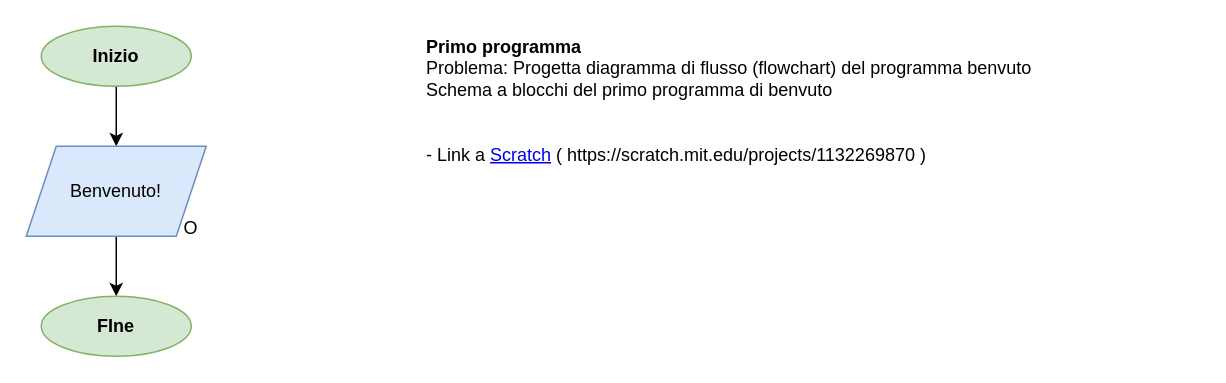
Before: page "Primo Programma" (1 of 2) of Start - Algoritmi/Start - Algoritmi EDU.drawio in AndEmi81/educational_code, a draw.io diagram. Source tidied: cells renumbered, new cells numbered last; positions are measured from the earlier drawing's top-left corner, leaving out a move shared by most shapes. Both pictures are drawn from the tidied source at 150%, with x=0, y=0 at pixel (26, 26).
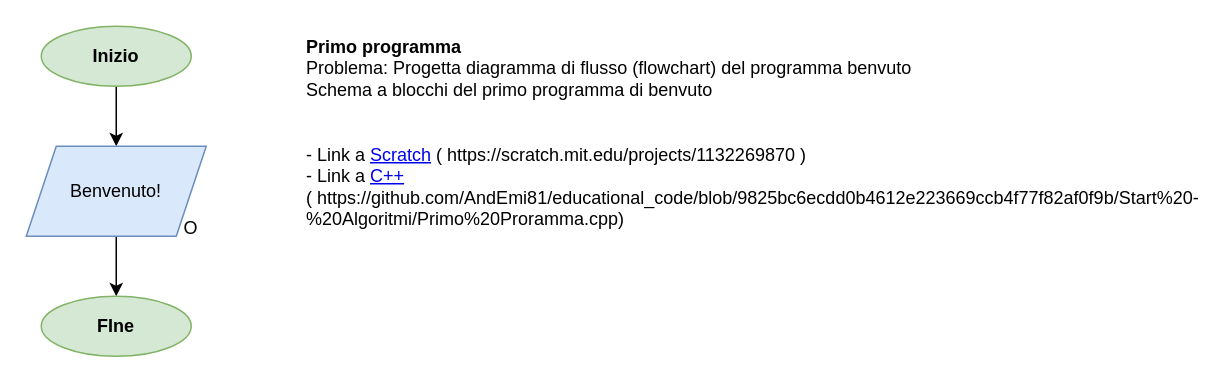
The same page after the edit.

Commit message (it also covers changes not shown here):
Update folder and projects

The edit, as a diff of the source:
```diff
@@
 <mxGraphModel>
   <root>
     <mxCell id="0" />
     <mxCell id="1" parent="0" />
     <mxCell id="2" style="edgeStyle=orthogonalEdgeStyle;rounded=0;jettySize=auto;html=1;" parent="1" edge="1" source="3" target="5">
       <mxGeometry relative="1" as="geometry" />
     </mxCell>
     <mxCell id="3" value="Inizio" style="ellipse;whiteSpace=wrap;html=1;fontStyle=1;fillColor=#d5e8d4;strokeColor=#82b366;" parent="1" vertex="1">
       <mxGeometry x="10" width="100" height="40" as="geometry" />
     </mxCell>
     <mxCell id="4" style="edgeStyle=orthogonalEdgeStyle;rounded=0;jettySize=auto;html=1;" parent="1" edge="1" source="5" target="7">
       <mxGeometry relative="1" as="geometry" />
     </mxCell>
     <mxCell id="5" value="Benvenuto!" style="shape=parallelogram;perimeter=parallelogramPerimeter;whiteSpace=wrap;html=1;fixedSize=1;fillColor=#dae8fc;strokeColor=#6c8ebf;" parent="1" vertex="1">
       <mxGeometry y="80" width="120" height="60" as="geometry" />
     </mxCell>
     <mxCell id="6" value="O" style="text;html=1;align=center;verticalAlign=middle;whiteSpace=wrap;rounded=0;" parent="1" vertex="1">
       <mxGeometry x="100" y="120" width="20" height="30" as="geometry" />
     </mxCell>
     <mxCell id="7" value="FIne" style="ellipse;whiteSpace=wrap;html=1;fontStyle=1;fillColor=#d5e8d4;strokeColor=#82b366;" parent="1" vertex="1">
       <mxGeometry x="10" y="180" width="100" height="40" as="geometry" />
     </mxCell>
-    <mxCell id="8" value="&lt;b&gt;Primo programma&lt;/b&gt;&lt;div&gt;Problema: Progetta diagramma di flusso (flowchart) del programma benvuto&lt;/div&gt;&lt;div&gt;Schema a blocchi del primo programma di benvuto&lt;/div&gt;&lt;div&gt;&lt;span style=&quot;background-color: initial;&quot;&gt;&lt;br&gt;&lt;/span&gt;&lt;/div&gt;&lt;div&gt;&lt;span style=&quot;background-color: initial;&quot;&gt;&lt;br&gt;&lt;/span&gt;&lt;/div&gt;&lt;div&gt;&lt;span style=&quot;background-color: initial;&quot;&gt;- Link a &lt;/span&gt;&lt;a style=&quot;background-color: initial;&quot; href=&quot;https://scratch.mit.edu/projects/1132269870&quot;&gt;Scratch&lt;/a&gt;&lt;span style=&quot;background-color: initial;&quot;&gt;&amp;nbsp;(&amp;nbsp;https://scratch.mit.edu/projects/1132269870 )&lt;/span&gt;&lt;/div&gt;" style="text;html=1;align=left;verticalAlign=top;whiteSpace=wrap;rounded=0;" parent="1" vertex="1">
-      <mxGeometry x="265" width="420" height="110" as="geometry" />
+    <mxCell id="8" value="&lt;b&gt;Primo programma&lt;/b&gt;&lt;div&gt;Problema: Progetta diagramma di flusso (flowchart) del programma benvuto&lt;/div&gt;&lt;div&gt;Schema a blocchi del primo programma di benvuto&lt;/div&gt;&lt;div&gt;&lt;span style=&quot;background-color: initial;&quot;&gt;&lt;br&gt;&lt;/span&gt;&lt;/div&gt;&lt;div&gt;&lt;span style=&quot;background-color: initial;&quot;&gt;&lt;br&gt;&lt;/span&gt;&lt;/div&gt;&lt;div&gt;&lt;span style=&quot;background-color: initial;&quot;&gt;- Link a &lt;/span&gt;&lt;a style=&quot;background-color: initial;&quot; href=&quot;https://scratch.mit.edu/projects/1132269870&quot;&gt;Scratch&lt;/a&gt;&lt;span style=&quot;background-color: initial;&quot;&gt;&amp;nbsp;(&amp;nbsp;https://scratch.mit.edu/projects/1132269870 )&lt;/span&gt;&lt;/div&gt;&lt;div&gt;&lt;span style=&quot;background-color: initial;&quot;&gt;- Link a &lt;a href=&quot;https://github.com/AndEmi81/educational_code/blob/9825bc6ecdd0b4612e223669ccb4f77f82af0f9b/Start%20-%20Algoritmi/Primo%20Proramma.cpp&quot;&gt;C++&lt;/a&gt; (&amp;nbsp;&lt;/span&gt;&lt;span style=&quot;background-color: initial;&quot;&gt;https://github.com/AndEmi81/educational_code/blob/9825bc6ecdd0b4612e223669ccb4f77f82af0f9b/Start%20-%20Algoritmi/Primo%20Proramma.cpp)&lt;/span&gt;&lt;/div&gt;" style="text;html=1;align=left;verticalAlign=top;whiteSpace=wrap;rounded=0;" parent="1" vertex="1">
+      <mxGeometry x="185" width="500" height="170" as="geometry" />
     </mxCell>
   </root>
 </mxGraphModel>
```
